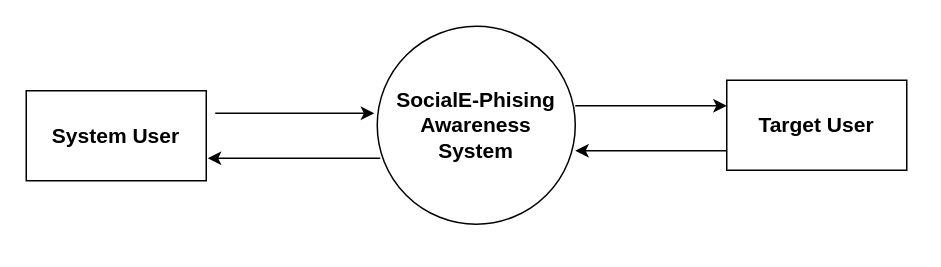
The draw.io diagram idfd0.drawio in jonamadk/DrawIO, before the edit. Source tidied: cells renumbered, new cells numbered last; positions are measured from the earlier drawing's top-left corner, leaving out a move shared by most shapes. Both pictures are drawn from the tidied source at 150%, with x=0, y=0 at pixel (26, 26).
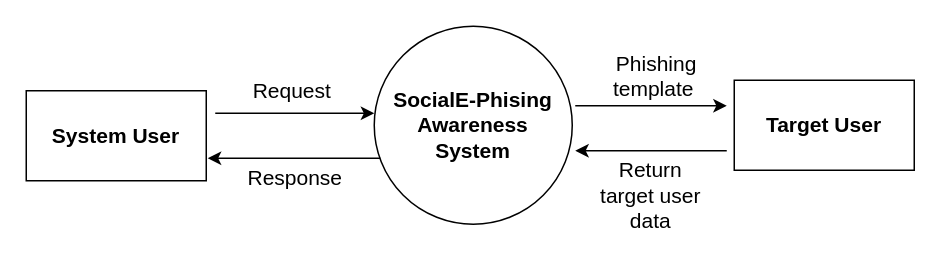
After the change.

What changed in the source:
```diff
@@
 <mxGraphModel>
   <root>
     <mxCell id="0" />
     <mxCell id="1" parent="0" />
     <mxCell id="2" value="&lt;font style=&quot;font-size: 14px&quot;&gt;&lt;b&gt;System User&lt;/b&gt;&lt;/font&gt;" style="rounded=0;whiteSpace=wrap;html=1;" parent="1" vertex="1">
       <mxGeometry y="43" width="120" height="60" as="geometry" />
     </mxCell>
     <mxCell id="3" value="&lt;b&gt;&lt;font style=&quot;font-size: 14px&quot;&gt;SocialE-Phising Awareness&lt;br&gt;System&lt;/font&gt;&lt;/b&gt;" style="ellipse;whiteSpace=wrap;html=1;" parent="1" vertex="1">
-      <mxGeometry x="234" width="132" height="132" as="geometry" />
+      <mxGeometry x="232" width="132" height="132" as="geometry" />
     </mxCell>
     <mxCell id="4" value="&lt;b&gt;&lt;font style=&quot;font-size: 14px&quot;&gt;Target User&lt;/font&gt;&lt;/b&gt;" style="rounded=0;whiteSpace=wrap;html=1;" parent="1" vertex="1">
-      <mxGeometry x="467" y="36" width="120" height="60" as="geometry" />
+      <mxGeometry x="472" y="36" width="120" height="60" as="geometry" />
     </mxCell>
     <mxCell id="5" style="endArrow=classic;html=1;rounded=0;" parent="1" edge="1">
       <mxGeometry relative="1" as="geometry">
         <mxPoint x="126" y="58" as="sourcePoint" />
         <mxPoint x="232" y="58" as="targetPoint" />
       </mxGeometry>
     </mxCell>
     <mxCell id="6" style="endArrow=classic;html=1;rounded=0;entryX=1;entryY=0.75;entryDx=0;entryDy=0;" parent="1" edge="1">
       <mxGeometry relative="1" as="geometry">
         <mxPoint x="236" y="88" as="sourcePoint" />
         <mxPoint x="121" y="88" as="targetPoint" />
       </mxGeometry>
     </mxCell>
     <mxCell id="7" style="endArrow=classic;html=1;rounded=0;exitX=1;exitY=0.25;exitDx=0;exitDy=0;" parent="1" edge="1">
       <mxGeometry relative="1" as="geometry">
         <mxPoint x="366" y="53" as="sourcePoint" />
         <mxPoint x="467" y="53" as="targetPoint" />
       </mxGeometry>
     </mxCell>
     <mxCell id="8" style="endArrow=classic;html=1;rounded=0;entryX=1;entryY=0.75;entryDx=0;entryDy=0;" parent="1" edge="1">
       <mxGeometry relative="1" as="geometry">
         <mxPoint x="467" y="83" as="sourcePoint" />
         <mxPoint x="366" y="83" as="targetPoint" />
       </mxGeometry>
     </mxCell>
+    <mxCell id="9" value="&amp;nbsp;Request&amp;nbsp;" style="text;html=1;align=center;verticalAlign=middle;strokeColor=none;fillColor=none;fontSize=14;" parent="1" vertex="1">
+      <mxGeometry x="137" y="33" width="80" height="20" as="geometry" />
+    </mxCell>
+    <mxCell id="10" value="Response&lt;br&gt;" style="text;html=1;align=center;verticalAlign=middle;strokeColor=none;fillColor=none;fontSize=14;" parent="1" vertex="1">
+      <mxGeometry x="139" y="91" width="80" height="20" as="geometry" />
+    </mxCell>
+    <mxCell id="11" value="&amp;nbsp; Phishing&lt;br&gt;&amp;nbsp;template" style="text;html=1;align=center;verticalAlign=middle;strokeColor=none;fillColor=none;fontSize=14;" parent="1" vertex="1">
+      <mxGeometry x="376" y="13" width="80" height="40" as="geometry" />
+    </mxCell>
+    <mxCell id="12" value="Return &lt;br&gt;target user&lt;br&gt;data" style="text;html=1;align=center;verticalAlign=middle;strokeColor=none;fillColor=none;fontSize=14;" parent="1" vertex="1">
+      <mxGeometry x="376" y="83" width="80" height="60" as="geometry" />
+    </mxCell>
   </root>
 </mxGraphModel>
```
